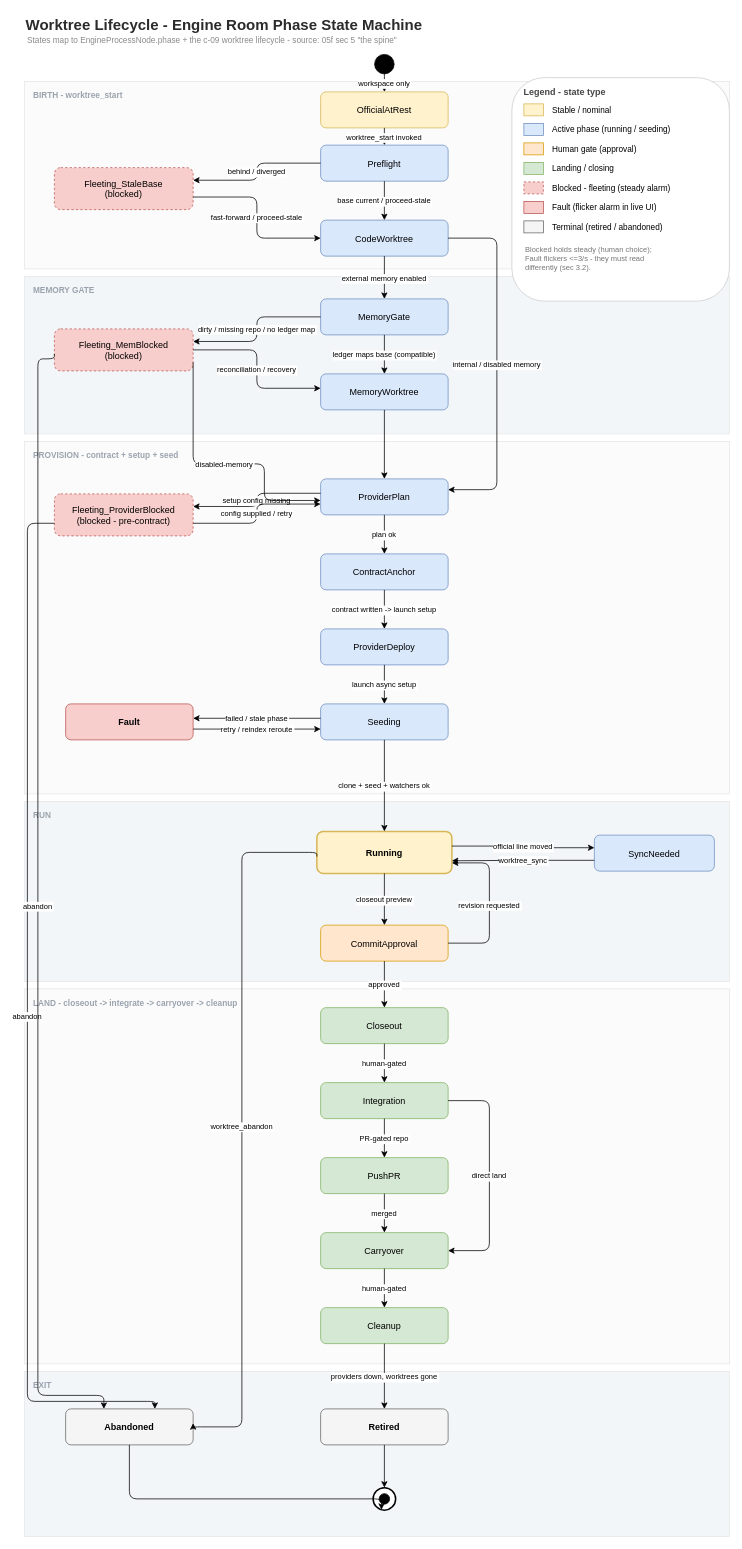
This is docs/diagrams/worktree-lifecycle/worktree-lifecycle.drawio from Foxfire1st/agents-remember, a draw.io file, before an edit. Source tidied: cells renumbered, new cells numbered last; positions are measured from the earlier drawing's top-left corner, leaving out a move shared by most shapes. Both pictures are drawn from the tidied source at 75%, with x=0, y=0 at pixel (24, 12).
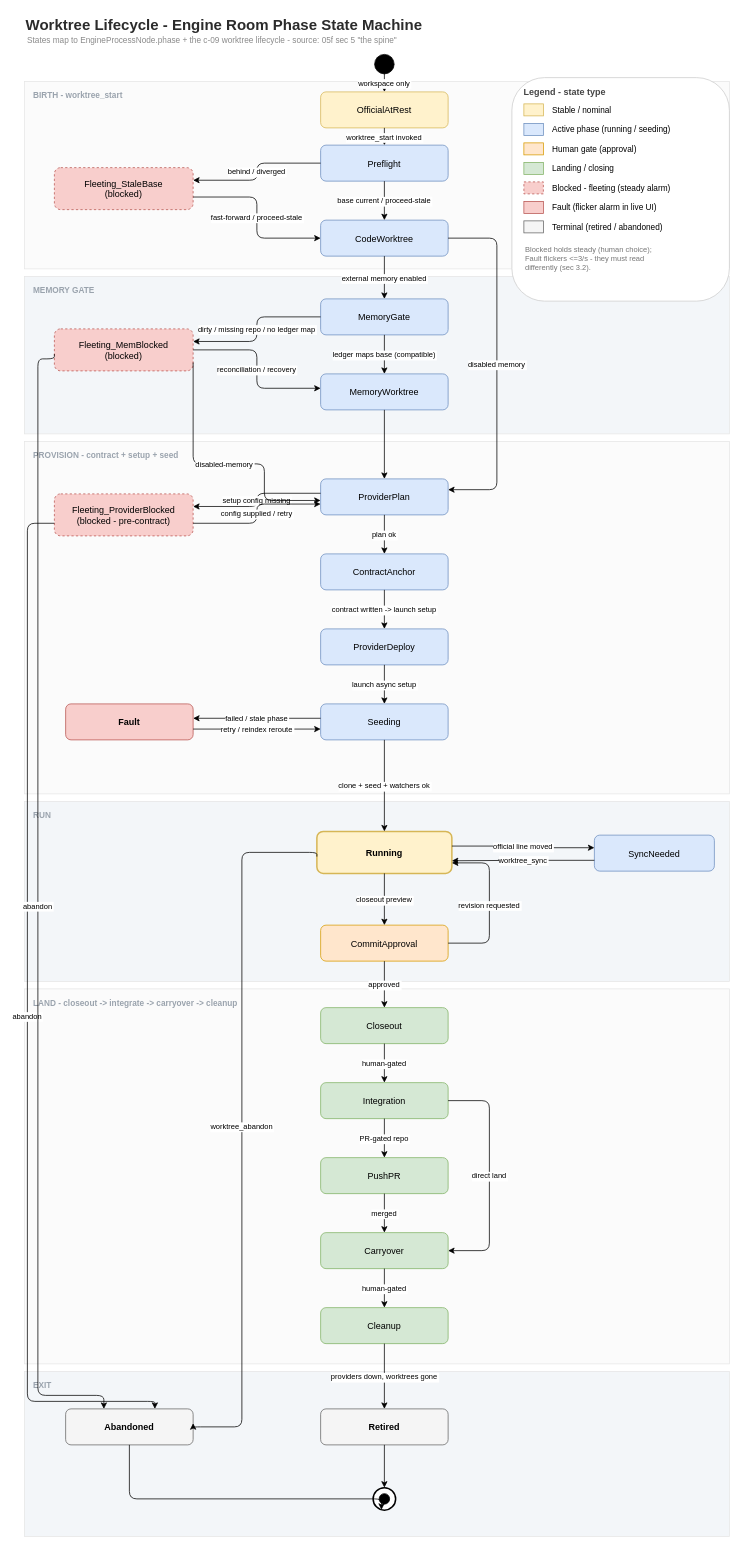
The same diagram, later.

The change refers to these unchanged cells:
```xml
<mxCell id="30" value="CodeWorktree" style="rounded=1;html=0;fillColor=#dae8fc;strokeColor=#6c8ebf;" parent="1" vertex="1">
  <mxGeometry x="395" y="277" width="170" height="48" as="geometry" />
</mxCell>
<mxCell id="33" value="ProviderPlan" style="rounded=1;html=0;fillColor=#dae8fc;strokeColor=#6c8ebf;" parent="1" vertex="1">
  <mxGeometry x="395" y="622" width="170" height="48" as="geometry" />
</mxCell>
```

What changed in the source:
```diff
@@
-    <mxCell id="82" value="internal / disabled memory" style="edgeStyle=orthogonalEdgeStyle;rounded=1;jettySize=auto;html=0;fontSize=10;labelBackgroundColor=#ffffff;exitX=1;exitY=0.5;exitDx=0;exitDy=0;entryX=1;entryY=0.3;entryDx=0;entryDy=0;" parent="1" edge="1" source="30" target="33">
+    <mxCell id="82" value="disabled memory" style="edgeStyle=orthogonalEdgeStyle;rounded=1;jettySize=auto;html=0;fontSize=10;labelBackgroundColor=#ffffff;exitX=1;exitY=0.5;exitDx=0;exitDy=0;entryX=1;entryY=0.3;entryDx=0;entryDy=0;" parent="1" edge="1" source="30" target="33">
       <mxGeometry relative="1" as="geometry">
         <Array as="points">
           <mxPoint x="630" y="301" />
           <mxPoint x="630" y="636" />
         </Array>
       </mxGeometry>
     </mxCell>
```
